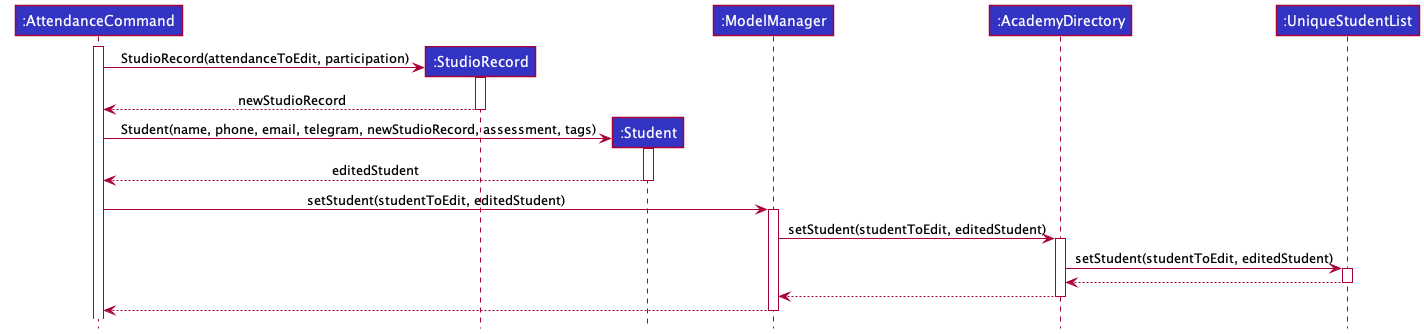
This is docs/images/logic/commands/attendancecommand/UpdateModelAttendanceSequenceDiagram.png from nus-cs2103-AY2122S1/tp, a PlantUML export, as it was before one commit.
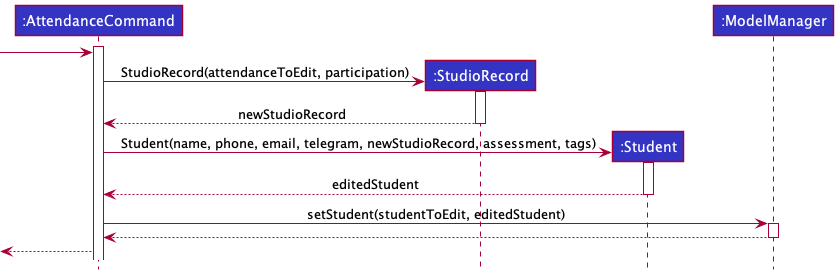
The same file after the commit.

Commit message:
Update AttendanceCommand Sequence diagram

Diff of the diagram source:
```diff
@@ -5,10 +5,10 @@
 Participant ":StudioRecord" as sr LOGIC_COLOR
 Participant ":Student" as est LOGIC_COLOR
 Participant ":ModelManager" as mm LOGIC_COLOR
-Participant ":AcademyDirectory" as ad LOGIC_COLOR
-Participant ":UniqueStudentList" as usl LOGIC_COLOR
+
 
 activate ac
+-> ac
 create sr
 ac -> sr ++ : StudioRecord(attendanceToEdit, participation)
 sr --> ac -- : newStudioRecord
@@ -19,10 +19,6 @@
 est --> ac -- : editedStudent
 
 ac -> mm ++ : setStudent(studentToEdit, editedStudent)
-mm -> ad ++ : setStudent(studentToEdit, editedStudent)
-ad -> usl ++ : setStudent(studentToEdit, editedStudent)
-usl --> ad --
-ad --> mm --
 mm --> ac --
-
+<-- ac
 @enduml
```
